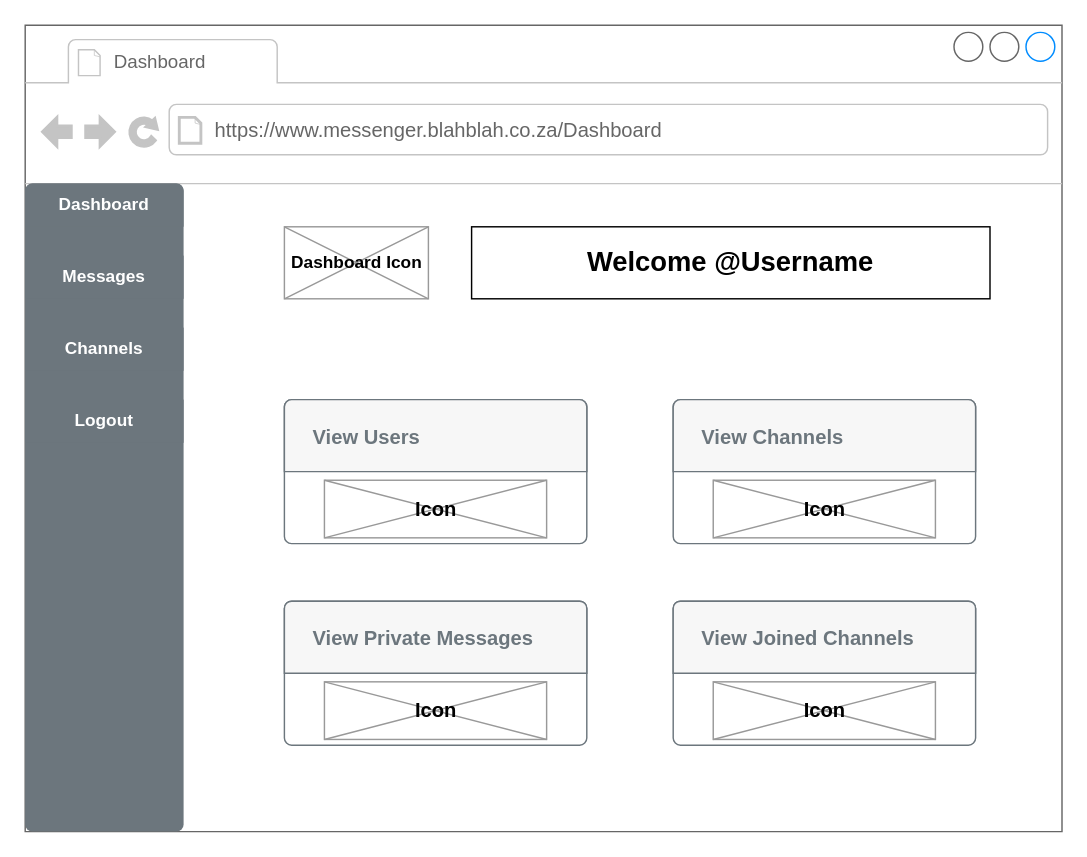
Before: 115365 - System Inputs and Outputs/Exercises/Exercise 2 - Wireframes/2-DashboardWireframe.drawio in Sahil-Chillisoft/LearnershipSecondBlock, a draw.io diagram. Source tidied: cells renumbered, new cells numbered last; positions are measured from the earlier drawing's top-left corner, leaving out a move shared by most shapes. Both pictures are drawn from the tidied source at 144%, with x=0, y=0 at pixel (24, 24).
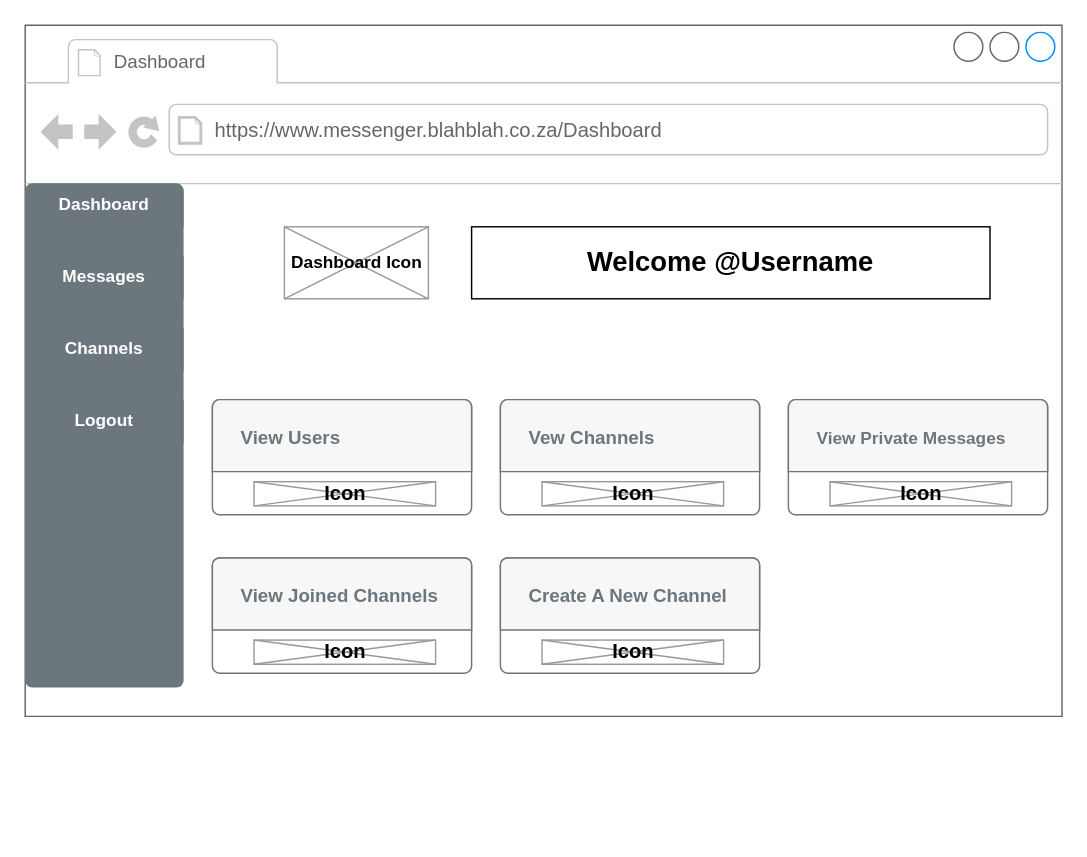
After the change.

Commit message (it also covers changes not shown here):
115365 - Exercise content updates.

Diff of the diagram source:
```diff
@@
     <mxCell id="2" style="strokeWidth=1;shadow=0;dashed=0;align=center;html=1;shape=mxgraph.mockup.containers.browserWindow;rSize=0;strokeColor=#666666;strokeColor2=#008cff;strokeColor3=#c4c4c4;mainText=,;" parent="1" vertex="1">
-      <mxGeometry width="720" height="560" as="geometry" />
+      <mxGeometry width="720" height="480" as="geometry" />
     </mxCell>
@@
     <mxCell id="7" style="html=1;shadow=0;dashed=0;shape=mxgraph.bootstrap.rrect;rSize=5;strokeColor=none;html=1;whiteSpace=wrap;fillColor=#6C767D;fontColor=#ffffff;" parent="2" vertex="1">
-      <mxGeometry y="110" width="110" height="450" as="geometry" />
+      <mxGeometry y="110" width="110" height="350" as="geometry" />
     </mxCell>
@@
-    <mxCell id="12" style="html=1;shadow=0;dashed=0;shape=mxgraph.bootstrap.rrect;rSize=5;strokeColor=#6C767D;html=1;whiteSpace=wrap;fillColor=#ffffff;fontColor=#212529;verticalAlign=bottom;align=left;spacing=20;spacingBottom=0;fontSize=14;" parent="2" vertex="1">
-      <mxGeometry x="450" y="260" width="210" height="100" as="geometry" />
-    </mxCell>
-    <mxCell id="13" value="&lt;font size=&quot;1&quot;&gt;&lt;b style=&quot;font-size: 14px&quot;&gt;View Channels&lt;/b&gt;&lt;/font&gt;" style="html=1;shadow=0;dashed=0;shape=mxgraph.bootstrap.topButton;rSize=5;perimeter=none;whiteSpace=wrap;fillColor=#F7F7F7;strokeColor=#6C767D;fontColor=#6C767D;fontSize=18;align=left;spacing=20;" parent="12" vertex="1">
-      <mxGeometry width="210" height="50" relative="1" as="geometry" />
-    </mxCell>
-    <mxCell id="14" value="&lt;font style=&quot;font-size: 14px&quot;&gt;Icon&lt;/font&gt;" style="verticalLabelPosition=middle;shadow=0;dashed=0;align=center;html=1;verticalAlign=middle;strokeWidth=1;shape=mxgraph.mockup.graphics.simpleIcon;strokeColor=#999999;labelPosition=center;fontStyle=1;" parent="12" vertex="1">
-      <mxGeometry x="27.8" y="56" width="154.3" height="40" as="geometry" />
-    </mxCell>
     <mxCell id="15" style="html=1;shadow=0;dashed=0;shape=mxgraph.bootstrap.rrect;rSize=5;strokeColor=#6C767D;html=1;whiteSpace=wrap;fillColor=#ffffff;fontColor=#212529;verticalAlign=bottom;align=left;spacing=20;spacingBottom=0;fontSize=14;" parent="2" vertex="1">
-      <mxGeometry x="180" y="260" width="210" height="100" as="geometry" />
+      <mxGeometry x="130" y="260" width="180" height="80" as="geometry" />
     </mxCell>
-    <mxCell id="16" value="&lt;font size=&quot;1&quot;&gt;&lt;b style=&quot;font-size: 14px&quot;&gt;View Users&lt;/b&gt;&lt;/font&gt;" style="html=1;shadow=0;dashed=0;shape=mxgraph.bootstrap.topButton;rSize=5;perimeter=none;whiteSpace=wrap;fillColor=#F7F7F7;strokeColor=#6C767D;fontColor=#6C767D;fontSize=18;align=left;spacing=20;" parent="15" vertex="1">
-      <mxGeometry width="210" height="50" relative="1" as="geometry" />
+    <mxCell id="16" value="&lt;font size=&quot;1&quot;&gt;&lt;b style=&quot;font-size: 13px&quot;&gt;View Users&lt;/b&gt;&lt;/font&gt;" style="html=1;shadow=0;dashed=0;shape=mxgraph.bootstrap.topButton;rSize=5;perimeter=none;whiteSpace=wrap;fillColor=#F7F7F7;strokeColor=#6C767D;fontColor=#6C767D;fontSize=18;align=left;spacing=20;" parent="15" vertex="1">
+      <mxGeometry width="180" height="50" relative="1" as="geometry" />
     </mxCell>
     <mxCell id="17" value="&lt;font style=&quot;font-size: 14px&quot;&gt;Icon&lt;/font&gt;" style="verticalLabelPosition=middle;shadow=0;dashed=0;align=center;html=1;verticalAlign=middle;strokeWidth=1;shape=mxgraph.mockup.graphics.simpleIcon;strokeColor=#999999;labelPosition=center;fontStyle=1;" parent="15" vertex="1">
-      <mxGeometry x="27.8" y="56" width="154.3" height="40" as="geometry" />
+      <mxGeometry x="28.9" y="57" width="126.1" height="16.8" as="geometry" />
     </mxCell>
-    <mxCell id="18" style="html=1;shadow=0;dashed=0;shape=mxgraph.bootstrap.rrect;rSize=5;strokeColor=#6C767D;html=1;whiteSpace=wrap;fillColor=#ffffff;fontColor=#212529;verticalAlign=bottom;align=left;spacing=20;spacingBottom=0;fontSize=14;" parent="2" vertex="1">
-      <mxGeometry x="180" y="400" width="210" height="100" as="geometry" />
-    </mxCell>
+    <mxCell id="24" style="html=1;shadow=0;dashed=0;shape=mxgraph.bootstrap.rrect;rSize=5;strokeColor=#6C767D;html=1;whiteSpace=wrap;fillColor=#ffffff;fontColor=#212529;verticalAlign=bottom;align=left;spacing=20;spacingBottom=0;fontSize=14;" parent="2" vertex="1">
+      <mxGeometry x="530" y="260" width="180" height="80" as="geometry" />
+    </mxCell>
-    <mxCell id="19" value="&lt;font size=&quot;1&quot;&gt;&lt;b style=&quot;font-size: 14px&quot;&gt;View Private Messages&lt;/b&gt;&lt;/font&gt;" style="html=1;shadow=0;dashed=0;shape=mxgraph.bootstrap.topButton;rSize=5;perimeter=none;whiteSpace=wrap;fillColor=#F7F7F7;strokeColor=#6C767D;fontColor=#6C767D;fontSize=18;align=left;spacing=20;" parent="18" vertex="1">
-      <mxGeometry width="210" height="50" relative="1" as="geometry" />
+    <mxCell id="19" value="&lt;b&gt;&lt;font style=&quot;font-size: 12px&quot;&gt;View Private Messages&lt;/font&gt;&lt;/b&gt;" style="html=1;shadow=0;dashed=0;shape=mxgraph.bootstrap.topButton;rSize=5;perimeter=none;whiteSpace=wrap;fillColor=#F7F7F7;strokeColor=#6C767D;fontColor=#6C767D;fontSize=18;align=left;spacing=20;" parent="24" vertex="1">
+      <mxGeometry width="180" height="50" relative="1" as="geometry" />
     </mxCell>
-    <mxCell id="20" value="&lt;font style=&quot;font-size: 14px&quot;&gt;Icon&lt;/font&gt;" style="verticalLabelPosition=middle;shadow=0;dashed=0;align=center;html=1;verticalAlign=middle;strokeWidth=1;shape=mxgraph.mockup.graphics.simpleIcon;strokeColor=#999999;labelPosition=center;fontStyle=1;" parent="18" vertex="1">
-      <mxGeometry x="27.8" y="56" width="154.3" height="40" as="geometry" />
-    </mxCell>
-    <mxCell id="21" style="html=1;shadow=0;dashed=0;shape=mxgraph.bootstrap.rrect;rSize=5;strokeColor=#6C767D;html=1;whiteSpace=wrap;fillColor=#ffffff;fontColor=#212529;verticalAlign=bottom;align=left;spacing=20;spacingBottom=0;fontSize=14;" parent="2" vertex="1">
-      <mxGeometry x="450" y="400" width="210" height="100" as="geometry" />
-    </mxCell>
+    <mxCell id="25" value="&lt;font style=&quot;font-size: 14px&quot;&gt;Icon&lt;/font&gt;" style="verticalLabelPosition=middle;shadow=0;dashed=0;align=center;html=1;verticalAlign=middle;strokeWidth=1;shape=mxgraph.mockup.graphics.simpleIcon;strokeColor=#999999;labelPosition=center;fontStyle=1;" parent="24" vertex="1">
+      <mxGeometry x="28.9" y="57" width="126.1" height="16.8" as="geometry" />
+    </mxCell>
+    <mxCell id="26" style="html=1;shadow=0;dashed=0;shape=mxgraph.bootstrap.rrect;rSize=5;strokeColor=#6C767D;html=1;whiteSpace=wrap;fillColor=#ffffff;fontColor=#212529;verticalAlign=bottom;align=left;spacing=20;spacingBottom=0;fontSize=14;" parent="2" vertex="1">
+      <mxGeometry x="330" y="260" width="180" height="80" as="geometry" />
+    </mxCell>
+    <mxCell id="27" value="&lt;b&gt;&lt;font style=&quot;font-size: 13px&quot;&gt;Vew Channels&lt;/font&gt;&lt;/b&gt;" style="html=1;shadow=0;dashed=0;shape=mxgraph.bootstrap.topButton;rSize=5;perimeter=none;whiteSpace=wrap;fillColor=#F7F7F7;strokeColor=#6C767D;fontColor=#6C767D;fontSize=18;align=left;spacing=20;" parent="26" vertex="1">
+      <mxGeometry width="180" height="50" relative="1" as="geometry" />
+    </mxCell>
+    <mxCell id="28" value="&lt;font style=&quot;font-size: 14px&quot;&gt;Icon&lt;/font&gt;" style="verticalLabelPosition=middle;shadow=0;dashed=0;align=center;html=1;verticalAlign=middle;strokeWidth=1;shape=mxgraph.mockup.graphics.simpleIcon;strokeColor=#999999;labelPosition=center;fontStyle=1;" parent="26" vertex="1">
+      <mxGeometry x="28.9" y="57" width="126.1" height="16.8" as="geometry" />
+    </mxCell>
+    <mxCell id="29" style="html=1;shadow=0;dashed=0;shape=mxgraph.bootstrap.rrect;rSize=5;strokeColor=#6C767D;html=1;whiteSpace=wrap;fillColor=#ffffff;fontColor=#212529;verticalAlign=bottom;align=left;spacing=20;spacingBottom=0;fontSize=14;" parent="2" vertex="1">
+      <mxGeometry x="130" y="370" width="180" height="80" as="geometry" />
+    </mxCell>
-    <mxCell id="22" value="&lt;font size=&quot;1&quot;&gt;&lt;b style=&quot;font-size: 14px&quot;&gt;View Joined Channels&lt;/b&gt;&lt;/font&gt;" style="html=1;shadow=0;dashed=0;shape=mxgraph.bootstrap.topButton;rSize=5;perimeter=none;whiteSpace=wrap;fillColor=#F7F7F7;strokeColor=#6C767D;fontColor=#6C767D;fontSize=18;align=left;spacing=20;" parent="21" vertex="1">
-      <mxGeometry width="210" height="50" relative="1" as="geometry" />
+    <mxCell id="22" value="&lt;b&gt;&lt;font style=&quot;font-size: 13px&quot;&gt;View Joined Channels&lt;/font&gt;&lt;/b&gt;" style="html=1;shadow=0;dashed=0;shape=mxgraph.bootstrap.topButton;rSize=5;perimeter=none;whiteSpace=wrap;fillColor=#F7F7F7;strokeColor=#6C767D;fontColor=#6C767D;fontSize=18;align=left;spacing=20;" parent="29" vertex="1">
+      <mxGeometry width="180" height="50" relative="1" as="geometry" />
     </mxCell>
-    <mxCell id="23" value="&lt;font style=&quot;font-size: 14px&quot;&gt;Icon&lt;/font&gt;" style="verticalLabelPosition=middle;shadow=0;dashed=0;align=center;html=1;verticalAlign=middle;strokeWidth=1;shape=mxgraph.mockup.graphics.simpleIcon;strokeColor=#999999;labelPosition=center;fontStyle=1;" parent="21" vertex="1">
-      <mxGeometry x="27.8" y="56" width="154.3" height="40" as="geometry" />
-    </mxCell>
+    <mxCell id="30" value="&lt;font style=&quot;font-size: 14px&quot;&gt;Icon&lt;/font&gt;" style="verticalLabelPosition=middle;shadow=0;dashed=0;align=center;html=1;verticalAlign=middle;strokeWidth=1;shape=mxgraph.mockup.graphics.simpleIcon;strokeColor=#999999;labelPosition=center;fontStyle=1;" parent="29" vertex="1">
+      <mxGeometry x="28.9" y="57" width="126.1" height="16.8" as="geometry" />
+    </mxCell>
+    <mxCell id="31" style="html=1;shadow=0;dashed=0;shape=mxgraph.bootstrap.rrect;rSize=5;strokeColor=#6C767D;html=1;whiteSpace=wrap;fillColor=#ffffff;fontColor=#212529;verticalAlign=bottom;align=left;spacing=20;spacingBottom=0;fontSize=14;" parent="2" vertex="1">
+      <mxGeometry x="330" y="370" width="180" height="80" as="geometry" />
+    </mxCell>
+    <mxCell id="32" value="&lt;b&gt;&lt;font style=&quot;font-size: 13px&quot;&gt;Create A New Channel&lt;/font&gt;&lt;/b&gt;" style="html=1;shadow=0;dashed=0;shape=mxgraph.bootstrap.topButton;rSize=5;perimeter=none;whiteSpace=wrap;fillColor=#F7F7F7;strokeColor=#6C767D;fontColor=#6C767D;fontSize=18;align=left;spacing=20;" parent="31" vertex="1">
+      <mxGeometry width="180" height="50" relative="1" as="geometry" />
+    </mxCell>
+    <mxCell id="33" value="&lt;font style=&quot;font-size: 14px&quot;&gt;Icon&lt;/font&gt;" style="verticalLabelPosition=middle;shadow=0;dashed=0;align=center;html=1;verticalAlign=middle;strokeWidth=1;shape=mxgraph.mockup.graphics.simpleIcon;strokeColor=#999999;labelPosition=center;fontStyle=1;" parent="31" vertex="1">
+      <mxGeometry x="28.9" y="57" width="126.1" height="16.8" as="geometry" />
+    </mxCell>
```
